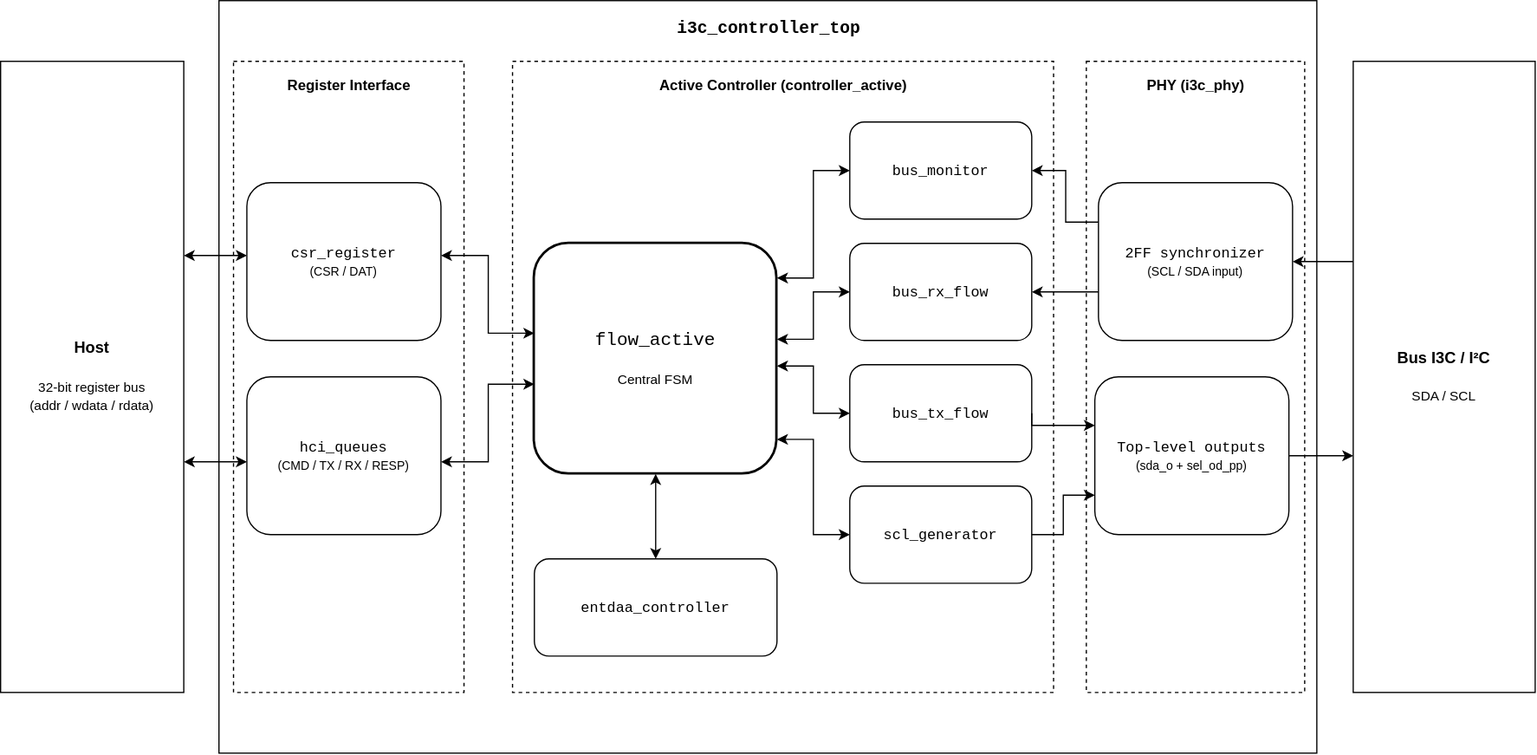
Earlier version of the draw.io export docs/report/latex/figures/i3c_controller_top_architecture.svg (minhuy206/i3c). Source tidied: cells renumbered, new cells last; positions are measured from the earlier drawing's top-left corner, leaving out a move shared by most shapes.
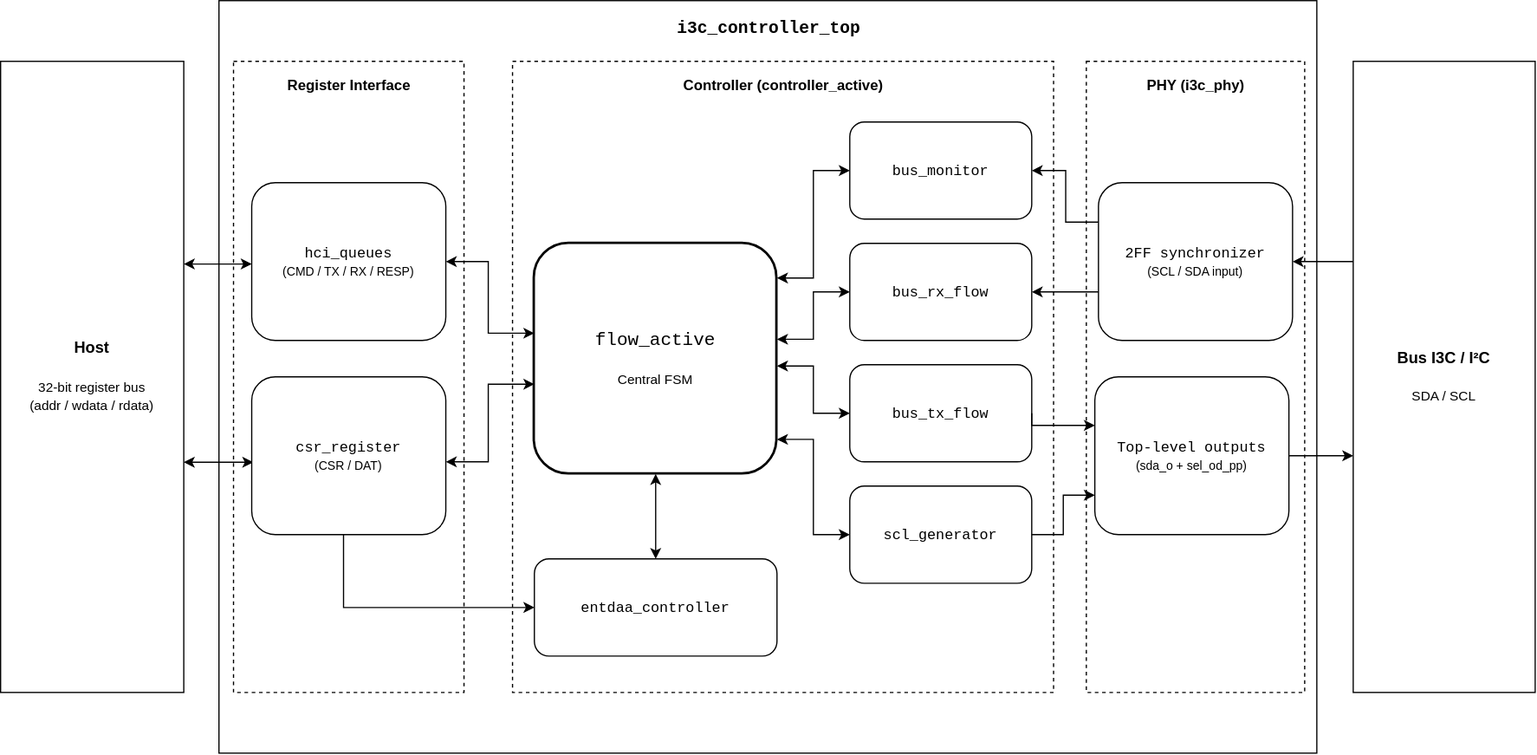
After the change.

Change to the diagram source:
```diff
@@ -22,7 +22,7 @@
     <mxCell id="6" value="Register Interface" style="rounded=0;html=1;fillColor=none;strokeColor=#000000;dashed=1;verticalAlign=top;align=center;spacingTop=6;fontStyle=1;fontSize=12;fontColor=#000000;" parent="1" vertex="1">
       <mxGeometry x="192" y="50" width="190" height="520" as="geometry" />
     </mxCell>
-    <mxCell id="7" value="Active Controller (controller_active)" style="rounded=0;html=1;fillColor=none;strokeColor=#000000;dashed=1;verticalAlign=top;align=center;spacingTop=6;fontStyle=1;fontSize=12;fontColor=#000000;" parent="1" vertex="1">
+    <mxCell id="7" value="Controller (controller_active)" style="rounded=0;html=1;fillColor=none;strokeColor=#000000;dashed=1;verticalAlign=top;align=center;spacingTop=6;fontStyle=1;fontSize=12;fontColor=#000000;" parent="1" vertex="1">
       <mxGeometry x="422" y="50" width="446" height="520" as="geometry" />
     </mxCell>
     <mxCell id="8" value="PHY (i3c_phy)" style="rounded=0;html=1;fillColor=none;strokeColor=#000000;dashed=1;verticalAlign=top;align=center;spacingTop=6;fontStyle=1;fontSize=12;fontColor=#000000;" parent="1" vertex="1">
@@ -120,34 +120,31 @@
     <mxCell id="27" style="edgeStyle=orthogonalEdgeStyle;rounded=0;orthogonalLoop=1;jettySize=auto;html=1;innerLoopWaypoints=1;exitX=0.5;exitY=1;exitDx=0;exitDy=0;" parent="1" edge="1" source="7" target="7">
       <mxGeometry relative="1" as="geometry" />
     </mxCell>
-    <mxCell id="28" style="edgeStyle=orthogonalEdgeStyle;rounded=0;jettySize=auto;html=1;startArrow=classic;startFill=1;" parent="1" edge="1" source="30" target="3">
+    <mxCell id="28" style="edgeStyle=orthogonalEdgeStyle;rounded=0;jettySize=auto;html=1;startArrow=classic;startFill=1;" parent="1" edge="1" source="33" target="3">
       <mxGeometry relative="1" as="geometry">
         <Array as="points">
-          <mxPoint x="157" y="210" />
-          <mxPoint x="157" y="210" />
+          <mxPoint x="183" y="217" />
+          <mxPoint x="183" y="217" />
         </Array>
       </mxGeometry>
     </mxCell>
-    <mxCell id="29" style="edgeStyle=orthogonalEdgeStyle;rounded=0;jettySize=auto;html=1;startArrow=classic;startFill=1;" parent="1" edge="1" source="30" target="9">
+    <mxCell id="29" style="edgeStyle=orthogonalEdgeStyle;rounded=0;jettySize=auto;html=1;startArrow=classic;startFill=1;" parent="1" edge="1" source="33" target="9">
       <mxGeometry relative="1" as="geometry">
         <Array as="points">
-          <mxPoint x="402" y="210" />
+          <mxPoint x="402" y="215" />
           <mxPoint x="402" y="274" />
         </Array>
       </mxGeometry>
     </mxCell>
-    <mxCell id="30" value="&lt;span style=&quot;font-family: monospace;&quot;&gt;csr_register&lt;/span&gt;&lt;br&gt;&lt;span style=&quot;font-size: 10px;&quot;&gt;(CSR / DAT)&lt;/span&gt;" style="rounded=1;html=1;whiteSpace=wrap;fillColor=#FFFFFF;strokeColor=#000000;fontColor=#000000;fontSize=12;" parent="1" vertex="1">
-      <mxGeometry x="203" y="150" width="160" height="130" as="geometry" />
-    </mxCell>
-    <mxCell id="31" style="edgeStyle=orthogonalEdgeStyle;rounded=0;jettySize=auto;html=1;startArrow=classic;startFill=1;" parent="1" edge="1" source="33" target="3">
+    <mxCell id="31" style="edgeStyle=orthogonalEdgeStyle;rounded=0;jettySize=auto;html=1;startArrow=classic;startFill=1;exitX=0.008;exitY=0.541;exitDx=0;exitDy=0;exitPerimeter=0;" parent="1" edge="1" source="30" target="3">
       <mxGeometry relative="1" as="geometry">
         <Array as="points">
-          <mxPoint x="158" y="380" />
-          <mxPoint x="158" y="380" />
+          <mxPoint x="163" y="380" />
+          <mxPoint x="163" y="380" />
         </Array>
       </mxGeometry>
     </mxCell>
-    <mxCell id="32" style="edgeStyle=orthogonalEdgeStyle;rounded=0;jettySize=auto;html=1;startArrow=classic;startFill=1;" parent="1" edge="1" source="33" target="9">
+    <mxCell id="32" style="edgeStyle=orthogonalEdgeStyle;rounded=0;jettySize=auto;html=1;startArrow=classic;startFill=1;" parent="1" edge="1" source="30" target="9">
       <mxGeometry relative="1" as="geometry">
         <Array as="points">
           <mxPoint x="402" y="380" />
@@ -155,8 +152,14 @@
         </Array>
       </mxGeometry>
     </mxCell>
+    <mxCell id="30" value="&lt;span style=&quot;font-family: monospace;&quot;&gt;csr_register&lt;/span&gt;&lt;br&gt;&lt;span style=&quot;font-size: 10px;&quot;&gt;(CSR / DAT)&lt;/span&gt;" style="rounded=1;html=1;whiteSpace=wrap;fillColor=#FFFFFF;strokeColor=#000000;fontColor=#000000;fontSize=12;" parent="1" vertex="1">
+      <mxGeometry x="207" y="310" width="160" height="130" as="geometry" />
+    </mxCell>
     <mxCell id="33" value="&lt;span style=&quot;font-family: monospace; color: #000000;&quot;&gt;hci_queues&lt;/span&gt;&lt;br/&gt;&lt;span style=&quot;font-size: 10px; color: #000000;&quot;&gt;(CMD / TX / RX / RESP)&lt;/span&gt;" style="rounded=1;html=1;whiteSpace=wrap;fillColor=#FFFFFF;strokeColor=#000000;fontColor=#000000;fontSize=12;" parent="1" vertex="1">
-      <mxGeometry x="203" y="310" width="160" height="130" as="geometry" />
+      <mxGeometry x="207" y="150" width="160" height="130" as="geometry" />
     </mxCell>
+    <mxCell id="34" style="edgeStyle=orthogonalEdgeStyle;rounded=0;jettySize=auto;html=1;entryX=0.473;entryY=0.997;entryDx=0;entryDy=0;entryPerimeter=0;startArrow=classic;startFill=1;endArrow=none;endFill=0;" parent="1" edge="1" source="10" target="30">
+      <mxGeometry relative="1" as="geometry" />
+    </mxCell>
   </root>
 </mxGraphModel>
```
